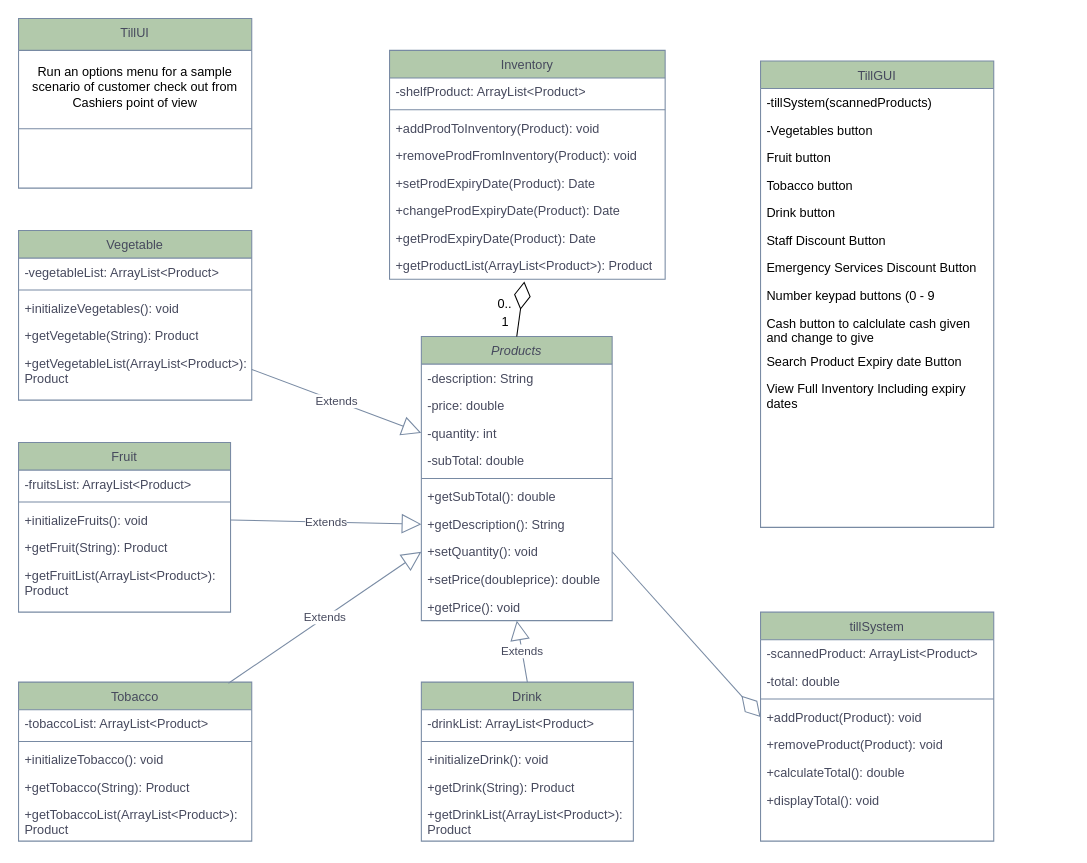
Above: OneStopShopClassDia.drawio in naweed08/OneStopShop (draw.io), before the change. Source tidied: cells renumbered, new cells numbered last; positions are measured from the earlier drawing's top-left corner, leaving out a move shared by most shapes. Both pictures are drawn from the tidied source at 106%, with x=0, y=0 at pixel (18, 18).
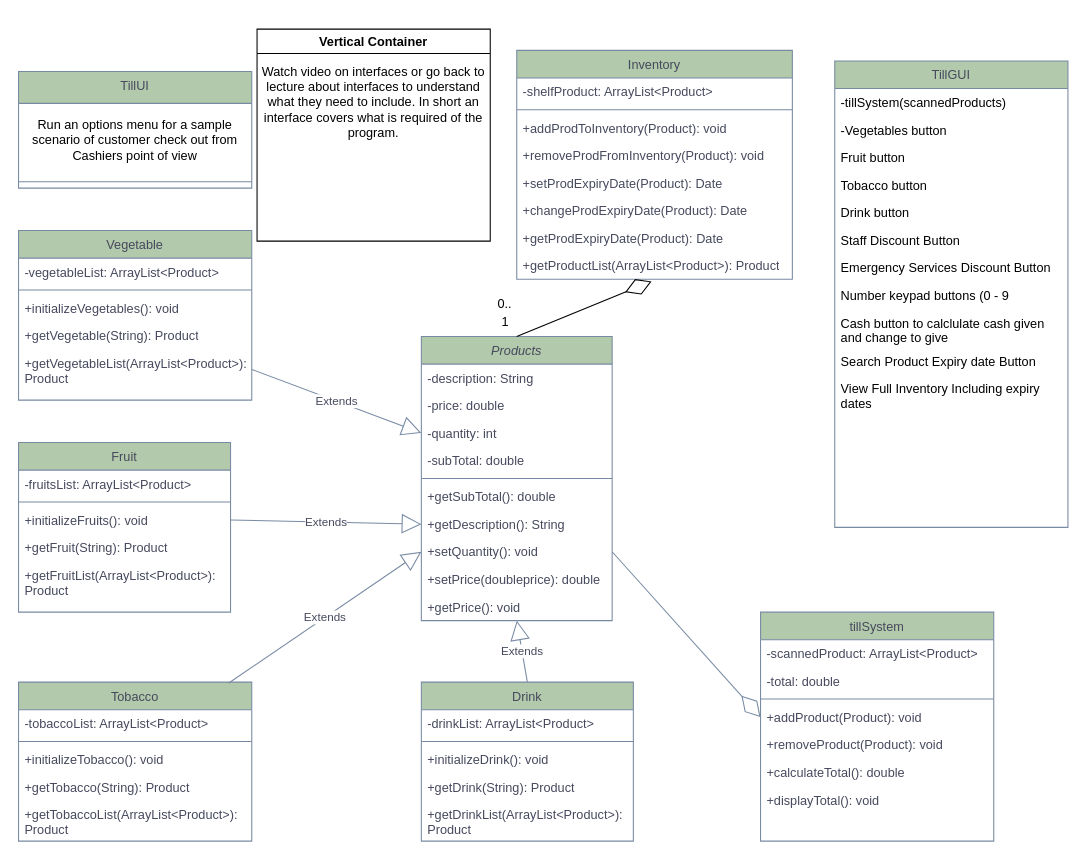
Above is the later version.

Commit message (it also covers changes not shown here):
Updated Class Diagram and First commit of Products Class

First stages of Product class. Its not yet completed. There are more methods to add according to my Use case and Class Diagrams.

What changed in the source:
```diff
@@
     <mxCell id="50" value="TillUI" style="swimlane;fontStyle=0;align=center;verticalAlign=top;horizontal=1;startSize=30;rounded=0;shadow=0;strokeWidth=1;labelBackgroundColor=none;fillColor=#B2C9AB;strokeColor=#788AA3;fontColor=#46495D;" parent="1" vertex="1">
-      <mxGeometry width="220" height="160" as="geometry" />
+      <mxGeometry y="50" width="220" height="110" as="geometry" />
     </mxCell>
@@
     <mxCell id="53" value="TillGUI" style="swimlane;fontStyle=0;align=center;verticalAlign=top;horizontal=1;startSize=26;rounded=0;shadow=0;strokeWidth=1;labelBackgroundColor=none;fillColor=#B2C9AB;strokeColor=#788AA3;fontColor=#46495D;" parent="1" vertex="1">
-      <mxGeometry x="700" y="40" width="220" height="440" as="geometry" />
+      <mxGeometry x="770" y="40" width="220" height="440" as="geometry" />
     </mxCell>
@@
     <mxCell id="65" value="Inventory" style="swimlane;fontStyle=0;align=center;verticalAlign=top;horizontal=1;startSize=26;whiteSpace=wrap;html=1;rounded=0;shadow=0;strokeColor=#788AA3;strokeWidth=1;fontFamily=Helvetica;fontSize=12;fontColor=#46495D;labelBackgroundColor=none;fillColor=#B2C9AB;" parent="1" vertex="1">
-      <mxGeometry x="350" y="30" width="260" height="216" as="geometry" />
+      <mxGeometry x="470" y="30" width="260" height="216" as="geometry" />
     </mxCell>
@@
+    <mxCell id="78" value="Vertical Container" style="swimlane;whiteSpace=wrap;html=1;" parent="1" vertex="1">
+      <mxGeometry x="225" y="10" width="220" height="200" as="geometry" />
+    </mxCell>
+    <mxCell id="79" value="Watch video on interfaces or go back to lecture about interfaces to understand what they need to include. In short an interface covers what is required of the program." style="text;html=1;align=center;verticalAlign=middle;whiteSpace=wrap;rounded=0;" parent="78" vertex="1">
+      <mxGeometry y="24" width="220" height="90" as="geometry" />
+    </mxCell>
```
